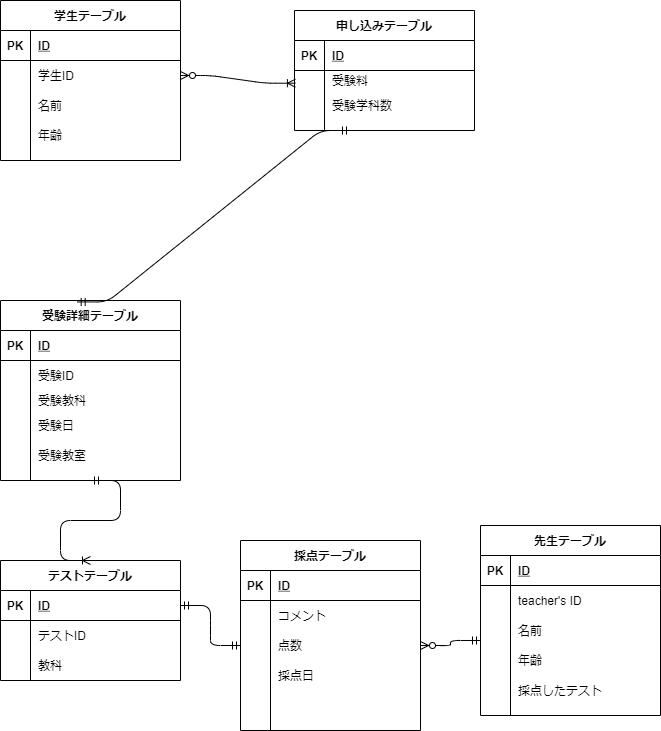
Earlier version of the draw.io export index.drawio.png (shumpei0601/database). Source tidied: cells renumbered, new cells last; positions are measured from the earlier drawing's top-left corner, leaving out a move shared by most shapes.
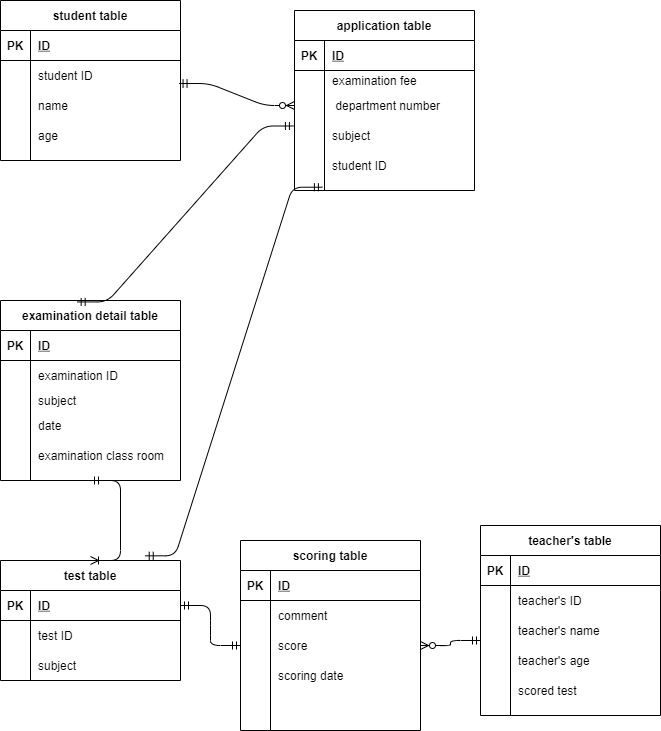
The same diagram one commit later.

Diff of the diagram source:
```diff
@@ -2,7 +2,7 @@
   <root>
     <mxCell id="0" />
     <mxCell id="1" parent="0" />
-    <mxCell id="2" value="テストテーブル" style="shape=table;startSize=30;rowLines=0;fontStyle=1;align=center;" parent="1" vertex="1">
+    <mxCell id="2" value="test table" style="shape=table;startSize=30;rowLines=0;fontStyle=1;align=center;" parent="1" vertex="1">
       <mxGeometry y="560" width="180" height="120" as="geometry" />
     </mxCell>
     <mxCell id="3" style="shape=partialRectangle;fillColor=none;top=0;left=0;bottom=1;right=0;points=[[0,0.5],[1,0.5]];portConstraint=eastwest;" parent="2" vertex="1">
@@ -20,7 +20,7 @@
     <mxCell id="7" style="shape=partialRectangle;fillColor=none;top=0;left=0;bottom=0;right=0;overflow=hidden;" parent="6" vertex="1">
       <mxGeometry width="30" height="30" as="geometry" />
     </mxCell>
-    <mxCell id="8" value="テストID" style="shape=partialRectangle;fillColor=none;top=0;left=0;bottom=0;right=0;align=left;spacingLeft=6;overflow=hidden;" parent="6" vertex="1">
+    <mxCell id="8" value="test ID" style="shape=partialRectangle;fillColor=none;top=0;left=0;bottom=0;right=0;align=left;spacingLeft=6;overflow=hidden;" parent="6" vertex="1">
       <mxGeometry x="30" width="150" height="30" as="geometry" />
     </mxCell>
     <mxCell id="9" style="shape=partialRectangle;fillColor=none;top=0;left=0;bottom=0;right=0;" parent="2" vertex="1">
@@ -29,10 +29,10 @@
     <mxCell id="10" style="shape=partialRectangle;fillColor=none;top=0;left=0;bottom=0;right=0;overflow=hidden;" parent="9" vertex="1">
       <mxGeometry width="30" height="30" as="geometry" />
     </mxCell>
-    <mxCell id="11" value="教科" style="shape=partialRectangle;fillColor=none;top=0;left=0;bottom=0;right=0;align=left;spacingLeft=6;overflow=hidden;" parent="9" vertex="1">
+    <mxCell id="11" value="subject" style="shape=partialRectangle;fillColor=none;top=0;left=0;bottom=0;right=0;align=left;spacingLeft=6;overflow=hidden;" parent="9" vertex="1">
       <mxGeometry x="30" width="150" height="30" as="geometry" />
     </mxCell>
-    <mxCell id="12" value="学生テーブル" style="shape=table;startSize=30;rowLines=0;fontStyle=1;align=center;" parent="1" vertex="1">
+    <mxCell id="12" value="student table" style="shape=table;startSize=30;rowLines=0;fontStyle=1;align=center;" parent="1" vertex="1">
       <mxGeometry width="180" height="160" as="geometry" />
     </mxCell>
     <mxCell id="13" style="shape=partialRectangle;fillColor=none;top=0;left=0;bottom=1;right=0;" parent="12" vertex="1">
@@ -50,7 +50,7 @@
     <mxCell id="17" style="shape=partialRectangle;fillColor=none;top=0;left=0;bottom=0;right=0;overflow=hidden;" parent="16" vertex="1">
       <mxGeometry width="30" height="30" as="geometry" />
     </mxCell>
-    <mxCell id="18" value="学生ID" style="shape=partialRectangle;fillColor=none;top=0;left=0;bottom=0;right=0;align=left;spacingLeft=6;overflow=hidden;" parent="16" vertex="1">
+    <mxCell id="18" value="student ID" style="shape=partialRectangle;fillColor=none;top=0;left=0;bottom=0;right=0;align=left;spacingLeft=6;overflow=hidden;" parent="16" vertex="1">
       <mxGeometry x="30" width="150" height="30" as="geometry" />
     </mxCell>
     <mxCell id="19" style="shape=partialRectangle;fillColor=none;top=0;left=0;bottom=0;right=0;points=[[0,0.5],[1,0.5]];portConstraint=eastwest;" parent="12" vertex="1">
@@ -59,7 +59,7 @@
     <mxCell id="20" style="shape=partialRectangle;fillColor=none;top=0;left=0;bottom=0;right=0;overflow=hidden;" parent="19" vertex="1">
       <mxGeometry width="30" height="30" as="geometry" />
     </mxCell>
-    <mxCell id="21" value="名前" style="shape=partialRectangle;fillColor=none;top=0;left=0;bottom=0;right=0;align=left;spacingLeft=6;overflow=hidden;" parent="19" vertex="1">
+    <mxCell id="21" value="name" style="shape=partialRectangle;fillColor=none;top=0;left=0;bottom=0;right=0;align=left;spacingLeft=6;overflow=hidden;" parent="19" vertex="1">
       <mxGeometry x="30" width="150" height="30" as="geometry" />
     </mxCell>
     <mxCell id="22" style="shape=partialRectangle;fillColor=none;top=0;left=0;bottom=0;right=0;" parent="12" vertex="1">
@@ -68,10 +68,10 @@
     <mxCell id="23" style="shape=partialRectangle;fillColor=none;top=0;left=0;bottom=0;right=0;overflow=hidden;" parent="22" vertex="1">
       <mxGeometry width="30" height="30" as="geometry" />
     </mxCell>
-    <mxCell id="24" value="年齢" style="shape=partialRectangle;fillColor=none;top=0;left=0;bottom=0;right=0;align=left;spacingLeft=6;overflow=hidden;" parent="22" vertex="1">
+    <mxCell id="24" value="age" style="shape=partialRectangle;fillColor=none;top=0;left=0;bottom=0;right=0;align=left;spacingLeft=6;overflow=hidden;" parent="22" vertex="1">
       <mxGeometry x="30" width="150" height="30" as="geometry" />
     </mxCell>
-    <mxCell id="25" value="受験詳細テーブル" style="shape=table;startSize=30;rowLines=0;fontStyle=1;align=center;" parent="1" vertex="1">
+    <mxCell id="25" value="examination detail table" style="shape=table;startSize=30;rowLines=0;fontStyle=1;align=center;" parent="1" vertex="1">
       <mxGeometry y="300" width="180" height="180" as="geometry" />
     </mxCell>
     <mxCell id="26" style="shape=partialRectangle;fillColor=none;top=0;left=0;bottom=1;right=0;" parent="25" vertex="1">
@@ -89,7 +89,7 @@
     <mxCell id="30" style="shape=partialRectangle;fillColor=none;top=0;left=0;bottom=0;right=0;overflow=hidden;" parent="29" vertex="1">
       <mxGeometry width="30" height="30" as="geometry" />
     </mxCell>
-    <mxCell id="31" value="受験ID" style="shape=partialRectangle;fillColor=none;top=0;left=0;bottom=0;right=0;align=left;spacingLeft=6;overflow=hidden;" parent="29" vertex="1">
+    <mxCell id="31" value="examination ID" style="shape=partialRectangle;fillColor=none;top=0;left=0;bottom=0;right=0;align=left;spacingLeft=6;overflow=hidden;" parent="29" vertex="1">
       <mxGeometry x="30" width="150" height="30" as="geometry" />
     </mxCell>
     <mxCell id="32" style="shape=partialRectangle;fillColor=none;top=0;left=0;bottom=0;right=0;" parent="25" vertex="1">
@@ -98,7 +98,7 @@
     <mxCell id="33" style="shape=partialRectangle;fillColor=none;top=0;left=0;bottom=0;right=0;overflow=hidden;" parent="32" vertex="1">
       <mxGeometry width="30" height="20" as="geometry" />
     </mxCell>
-    <mxCell id="34" value="受験教科" style="shape=partialRectangle;fillColor=none;top=0;left=0;bottom=0;right=0;align=left;spacingLeft=6;overflow=hidden;" parent="32" vertex="1">
+    <mxCell id="34" value="subject" style="shape=partialRectangle;fillColor=none;top=0;left=0;bottom=0;right=0;align=left;spacingLeft=6;overflow=hidden;" parent="32" vertex="1">
       <mxGeometry x="30" width="150" height="20" as="geometry" />
     </mxCell>
     <mxCell id="35" style="shape=partialRectangle;fillColor=none;top=0;left=0;bottom=0;right=0;" parent="25" vertex="1">
@@ -107,7 +107,7 @@
     <mxCell id="36" style="shape=partialRectangle;fillColor=none;top=0;left=0;bottom=0;right=0;overflow=hidden;" parent="35" vertex="1">
       <mxGeometry width="30" height="30" as="geometry" />
     </mxCell>
-    <mxCell id="37" value="受験日" style="shape=partialRectangle;fillColor=none;top=0;left=0;bottom=0;right=0;align=left;spacingLeft=6;overflow=hidden;" parent="35" vertex="1">
+    <mxCell id="37" value="date" style="shape=partialRectangle;fillColor=none;top=0;left=0;bottom=0;right=0;align=left;spacingLeft=6;overflow=hidden;" parent="35" vertex="1">
       <mxGeometry x="30" width="150" height="30" as="geometry" />
     </mxCell>
     <mxCell id="38" style="shape=partialRectangle;fillColor=none;top=0;left=0;bottom=0;right=0;" parent="25" vertex="1">
@@ -116,10 +116,10 @@
     <mxCell id="39" style="shape=partialRectangle;fillColor=none;top=0;left=0;bottom=0;right=0;overflow=hidden;" parent="38" vertex="1">
       <mxGeometry width="30" height="30" as="geometry" />
     </mxCell>
-    <mxCell id="40" value="受験教室" style="shape=partialRectangle;fillColor=none;top=0;left=0;bottom=0;right=0;align=left;spacingLeft=6;overflow=hidden;" parent="38" vertex="1">
+    <mxCell id="40" value="examination class room" style="shape=partialRectangle;fillColor=none;top=0;left=0;bottom=0;right=0;align=left;spacingLeft=6;overflow=hidden;" parent="38" vertex="1">
       <mxGeometry x="30" width="150" height="30" as="geometry" />
     </mxCell>
-    <mxCell id="41" value="先生テーブル" style="shape=table;startSize=30;rowLines=0;fontStyle=1;align=center;" parent="1" vertex="1">
+    <mxCell id="41" value="teacher's table" style="shape=table;startSize=30;rowLines=0;fontStyle=1;align=center;" parent="1" vertex="1">
       <mxGeometry x="480" y="525" width="180" height="190" as="geometry" />
     </mxCell>
     <mxCell id="42" style="shape=partialRectangle;fillColor=none;top=0;left=0;bottom=1;right=0;" parent="41" vertex="1">
@@ -146,7 +146,7 @@
     <mxCell id="49" style="shape=partialRectangle;fillColor=none;top=0;left=0;bottom=0;right=0;overflow=hidden;" parent="48" vertex="1">
       <mxGeometry width="30" height="30" as="geometry" />
     </mxCell>
-    <mxCell id="50" value="名前" style="shape=partialRectangle;fillColor=none;top=0;left=0;bottom=0;right=0;align=left;spacingLeft=6;overflow=hidden;" parent="48" vertex="1">
+    <mxCell id="50" value="teacher's name" style="shape=partialRectangle;fillColor=none;top=0;left=0;bottom=0;right=0;align=left;spacingLeft=6;overflow=hidden;" parent="48" vertex="1">
       <mxGeometry x="30" width="150" height="30" as="geometry" />
     </mxCell>
     <mxCell id="51" style="shape=partialRectangle;fillColor=none;top=0;left=0;bottom=0;right=0;" parent="41" vertex="1">
@@ -155,7 +155,7 @@
     <mxCell id="52" style="shape=partialRectangle;fillColor=none;top=0;left=0;bottom=0;right=0;overflow=hidden;" parent="51" vertex="1">
       <mxGeometry width="30" height="30" as="geometry" />
     </mxCell>
-    <mxCell id="53" value="年齢" style="shape=partialRectangle;fillColor=none;top=0;left=0;bottom=0;right=0;align=left;spacingLeft=6;overflow=hidden;" parent="51" vertex="1">
+    <mxCell id="53" value="teacher's age" style="shape=partialRectangle;fillColor=none;top=0;left=0;bottom=0;right=0;align=left;spacingLeft=6;overflow=hidden;" parent="51" vertex="1">
       <mxGeometry x="30" width="150" height="30" as="geometry" />
     </mxCell>
     <mxCell id="54" style="shape=partialRectangle;fillColor=none;top=0;left=0;bottom=0;right=0;" parent="41" vertex="1">
@@ -164,11 +164,11 @@
     <mxCell id="55" style="shape=partialRectangle;fillColor=none;top=0;left=0;bottom=0;right=0;overflow=hidden;" parent="54" vertex="1">
       <mxGeometry width="30" height="30" as="geometry" />
     </mxCell>
-    <mxCell id="56" value="採点したテスト" style="shape=partialRectangle;fillColor=none;top=0;left=0;bottom=0;right=0;align=left;spacingLeft=6;overflow=hidden;" parent="54" vertex="1">
+    <mxCell id="56" value="scored test" style="shape=partialRectangle;fillColor=none;top=0;left=0;bottom=0;right=0;align=left;spacingLeft=6;overflow=hidden;" parent="54" vertex="1">
       <mxGeometry x="30" width="150" height="30" as="geometry" />
     </mxCell>
-    <mxCell id="57" value="申し込みテーブル" style="shape=table;startSize=30;rowLines=0;fontStyle=1;align=center;" parent="1" vertex="1">
-      <mxGeometry x="294" y="10" width="180" height="120" as="geometry" />
+    <mxCell id="57" value="application table" style="shape=table;startSize=30;rowLines=0;fontStyle=1;align=center;" parent="1" vertex="1">
+      <mxGeometry x="294" y="10" width="180" height="180" as="geometry" />
     </mxCell>
     <mxCell id="58" style="shape=partialRectangle;fillColor=none;top=0;left=0;bottom=1;right=0;" parent="57" vertex="1">
       <mxGeometry y="30" width="180" height="30" as="geometry" />
@@ -185,7 +185,7 @@
     <mxCell id="62" style="shape=partialRectangle;fillColor=none;top=0;left=0;bottom=0;right=0;overflow=hidden;" parent="61" vertex="1">
       <mxGeometry width="30" height="20" as="geometry" />
     </mxCell>
-    <mxCell id="63" value="受験料" style="shape=partialRectangle;fillColor=none;top=0;left=0;bottom=0;right=0;align=left;spacingLeft=6;overflow=hidden;" parent="61" vertex="1">
+    <mxCell id="63" value="examination fee" style="shape=partialRectangle;fillColor=none;top=0;left=0;bottom=0;right=0;align=left;spacingLeft=6;overflow=hidden;" parent="61" vertex="1">
       <mxGeometry x="30" width="150" height="20" as="geometry" />
     </mxCell>
     <mxCell id="64" style="shape=partialRectangle;fillColor=none;top=0;left=0;bottom=0;right=0;points=[[0,0.5],[1,0.5]];portConstraint=eastwest;" parent="57" vertex="1">
@@ -194,18 +194,31 @@
     <mxCell id="65" style="shape=partialRectangle;fillColor=none;top=0;left=0;bottom=0;right=0;overflow=hidden;" parent="64" vertex="1">
       <mxGeometry width="30" height="30" as="geometry" />
     </mxCell>
-    <mxCell id="66" value="受験学科数" style="shape=partialRectangle;fillColor=none;top=0;left=0;bottom=0;right=0;align=left;spacingLeft=6;overflow=hidden;" parent="64" vertex="1">
+    <mxCell id="66" value=" department number" style="shape=partialRectangle;fillColor=none;top=0;left=0;bottom=0;right=0;align=left;spacingLeft=6;overflow=hidden;" parent="64" vertex="1">
       <mxGeometry x="30" width="150" height="30" as="geometry" />
     </mxCell>
-    <mxCell id="67" style="edgeStyle=entityRelationEdgeStyle;fontSize=12;html=1;endArrow=ERoneToMany;startArrow=ERzeroToMany;entryX=0.005;entryY=-0.243;entryDx=0;entryDy=0;entryPerimeter=0;exitX=1;exitY=0.5;exitDx=0;exitDy=0;" parent="1" edge="1" source="16" target="64">
-      <mxGeometry relative="1" as="geometry" />
-    </mxCell>
+    <mxCell id="88" style="shape=partialRectangle;fillColor=none;top=0;left=0;bottom=0;right=0;points=[[0,0.5],[1,0.5]];portConstraint=eastwest;" parent="57" vertex="1">
+      <mxGeometry y="110" width="180" height="30" as="geometry" />
+    </mxCell>
+    <mxCell id="89" style="shape=partialRectangle;fillColor=none;top=0;left=0;bottom=0;right=0;overflow=hidden;" parent="88" vertex="1">
+      <mxGeometry width="30" height="30" as="geometry" />
+    </mxCell>
+    <mxCell id="90" value="subject" style="shape=partialRectangle;fillColor=none;top=0;left=0;bottom=0;right=0;align=left;spacingLeft=6;overflow=hidden;" parent="88" vertex="1">
+      <mxGeometry x="30" width="150" height="30" as="geometry" />
+    </mxCell>
+    <mxCell id="91" style="shape=partialRectangle;fillColor=none;top=0;left=0;bottom=0;right=0;points=[[0,0.5],[1,0.5]];portConstraint=eastwest;" parent="57" vertex="1">
+      <mxGeometry y="140" width="180" height="30" as="geometry" />
+    </mxCell>
+    <mxCell id="92" style="shape=partialRectangle;fillColor=none;top=0;left=0;bottom=0;right=0;overflow=hidden;" parent="91" vertex="1">
+      <mxGeometry width="30" height="30" as="geometry" />
+    </mxCell>
+    <mxCell id="93" value="student ID" style="shape=partialRectangle;fillColor=none;top=0;left=0;bottom=0;right=0;align=left;spacingLeft=6;overflow=hidden;" parent="91" vertex="1">
+      <mxGeometry x="30" width="150" height="30" as="geometry" />
+    </mxCell>
-    <mxCell id="68" style="edgeStyle=entityRelationEdgeStyle;fontSize=12;html=1;endArrow=ERmandOne;startArrow=ERmandOne;exitX=0.426;exitY=0.008;exitDx=0;exitDy=0;exitPerimeter=0;" parent="1" edge="1" source="25">
-      <mxGeometry relative="1" as="geometry">
-        <mxPoint x="350" y="130" as="targetPoint" />
-      </mxGeometry>
+    <mxCell id="68" style="edgeStyle=entityRelationEdgeStyle;fontSize=12;html=1;endArrow=ERmandOne;startArrow=ERmandOne;exitX=0.426;exitY=0.008;exitDx=0;exitDy=0;exitPerimeter=0;entryX=-0.006;entryY=0.183;entryDx=0;entryDy=0;entryPerimeter=0;" parent="1" edge="1" source="25" target="88">
+      <mxGeometry relative="1" as="geometry" />
     </mxCell>
-    <mxCell id="69" value="採点テーブル" style="shape=table;startSize=30;rowLines=0;fontStyle=1;align=center;" parent="1" vertex="1">
+    <mxCell id="69" value="scoring table" style="shape=table;startSize=30;rowLines=0;fontStyle=1;align=center;" parent="1" vertex="1">
       <mxGeometry x="240" y="540" width="180" height="190" as="geometry" />
     </mxCell>
     <mxCell id="70" style="shape=partialRectangle;fillColor=none;top=0;left=0;bottom=1;right=0;" parent="69" vertex="1">
@@ -223,7 +236,7 @@
     <mxCell id="74" style="shape=partialRectangle;fillColor=none;top=0;left=0;bottom=0;right=0;overflow=hidden;" parent="73" vertex="1">
       <mxGeometry width="30" height="30" as="geometry" />
     </mxCell>
-    <mxCell id="75" value="コメント" style="shape=partialRectangle;fillColor=none;top=0;left=0;bottom=0;right=0;align=left;spacingLeft=6;overflow=hidden;" parent="73" vertex="1">
+    <mxCell id="75" value="comment" style="shape=partialRectangle;fillColor=none;top=0;left=0;bottom=0;right=0;align=left;spacingLeft=6;overflow=hidden;" parent="73" vertex="1">
       <mxGeometry x="30" width="150" height="30" as="geometry" />
     </mxCell>
     <mxCell id="76" style="shape=partialRectangle;fillColor=none;top=0;left=0;bottom=0;right=0;points=[[0,0.5],[1,0.5]];portConstraint=eastwest;" parent="69" vertex="1">
@@ -232,7 +245,7 @@
     <mxCell id="77" style="shape=partialRectangle;fillColor=none;top=0;left=0;bottom=0;right=0;overflow=hidden;" parent="76" vertex="1">
       <mxGeometry width="30" height="30" as="geometry" />
     </mxCell>
-    <mxCell id="78" value="点数" style="shape=partialRectangle;fillColor=none;top=0;left=0;bottom=0;right=0;align=left;spacingLeft=6;overflow=hidden;" parent="76" vertex="1">
+    <mxCell id="78" value="score" style="shape=partialRectangle;fillColor=none;top=0;left=0;bottom=0;right=0;align=left;spacingLeft=6;overflow=hidden;" parent="76" vertex="1">
       <mxGeometry x="30" width="150" height="30" as="geometry" />
     </mxCell>
     <mxCell id="79" style="shape=partialRectangle;fillColor=none;top=0;left=0;bottom=0;right=0;" parent="69" vertex="1">
@@ -241,7 +254,7 @@
     <mxCell id="80" style="shape=partialRectangle;fillColor=none;top=0;left=0;bottom=0;right=0;overflow=hidden;" parent="79" vertex="1">
       <mxGeometry width="30" height="30" as="geometry" />
     </mxCell>
-    <mxCell id="81" value="採点日" style="shape=partialRectangle;fillColor=none;top=0;left=0;bottom=0;right=0;align=left;spacingLeft=6;overflow=hidden;" parent="79" vertex="1">
+    <mxCell id="81" value="scoring date" style="shape=partialRectangle;fillColor=none;top=0;left=0;bottom=0;right=0;align=left;spacingLeft=6;overflow=hidden;" parent="79" vertex="1">
       <mxGeometry x="30" width="150" height="30" as="geometry" />
     </mxCell>
     <mxCell id="82" style="shape=partialRectangle;fillColor=none;top=0;left=0;bottom=0;right=0;" parent="69" vertex="1">
@@ -264,5 +277,11 @@
     <mxCell id="87" style="edgeStyle=entityRelationEdgeStyle;fontSize=12;html=1;endArrow=ERzeroToMany;startArrow=ERmandOne;exitX=0;exitY=0.833;exitDx=0;exitDy=0;exitPerimeter=0;entryX=1;entryY=0.5;entryDx=0;entryDy=0;" parent="1" edge="1" source="48" target="76">
       <mxGeometry relative="1" as="geometry" />
     </mxCell>
+    <mxCell id="94" style="edgeStyle=entityRelationEdgeStyle;fontSize=12;html=1;endArrow=ERzeroToMany;startArrow=ERmandOne;exitX=0.992;exitY=-0.233;exitDx=0;exitDy=0;exitPerimeter=0;entryX=0;entryY=0.5;entryDx=0;entryDy=0;" parent="1" edge="1" source="19" target="64">
+      <mxGeometry relative="1" as="geometry" />
+    </mxCell>
+    <mxCell id="95" style="edgeStyle=entityRelationEdgeStyle;fontSize=12;html=1;endArrow=ERmandOne;startArrow=ERmandOne;entryX=0.155;entryY=1.224;entryDx=0;entryDy=0;entryPerimeter=0;exitX=0.804;exitY=-0.039;exitDx=0;exitDy=0;exitPerimeter=0;" parent="1" edge="1" source="2" target="91">
+      <mxGeometry relative="1" as="geometry" />
+    </mxCell>
   </root>
 </mxGraphModel>
```
